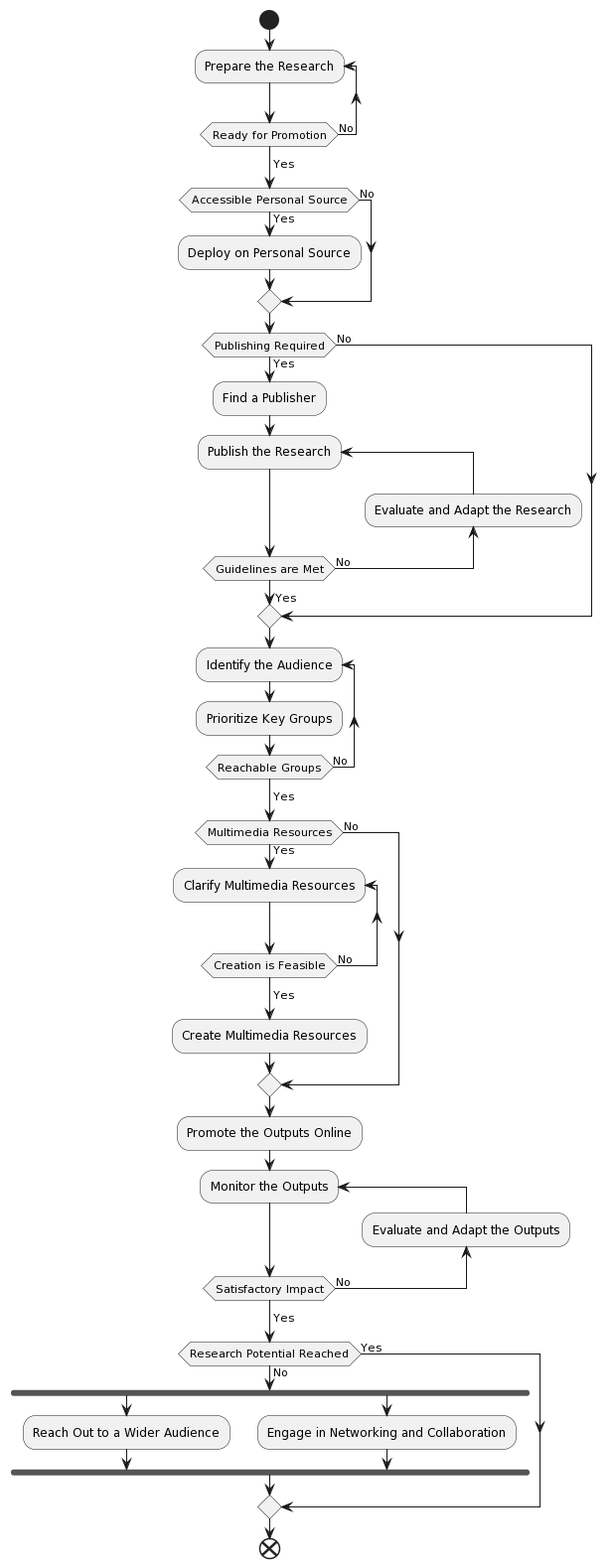
The PlantUML diagram diagrams/research-promotion/research-promotion.png in khasanshadiyarov/ABC, before a commit.
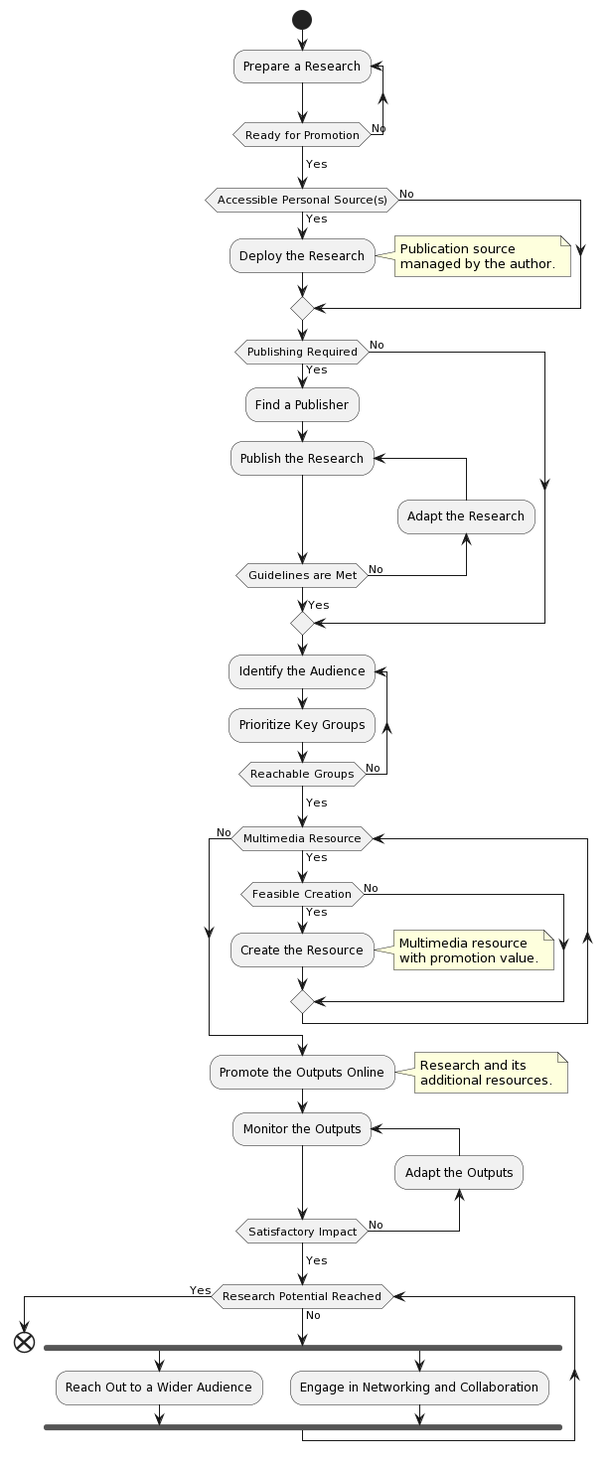
After the change.

Change to the diagram source:
```diff
@@ -1,16 +1,20 @@
 @startuml
 start
-repeat :Prepare the Research;
+repeat :Prepare a Research;
 repeat while (Ready for Promotion) is (No)
 ->Yes;
-if (Accessible Personal Source) then (Yes)
-    :Deploy on Personal Source;
+if (Accessible Personal Source(s)) then (Yes)
+    :Deploy the Research;
+    note right
+        Publication source
+        managed by the author.
+    endnote
 else (No)
 endif
 if (Publishing Required) then (Yes)
     :Find a Publisher;
     repeat :Publish the Research;
-    backward:Evaluate and Adapt the Research;
+    backward:Adapt the Research;
     repeat while (Guidelines are Met) is (No)
     ->Yes;
 else (No)
@@ -19,25 +23,31 @@
 :Prioritize Key Groups;
 repeat while (Reachable Groups) is (No)
 ->Yes;
-if (Multimedia Resources) then (Yes)
-    repeat :Clarify Multimedia Resources;
-    repeat while (Creation is Feasible) is (No)
-    ->Yes;
-    :Create Multimedia Resources;
-else (No)
-endif
+while (Multimedia Resource) is (Yes)
+    if (Feasible Creation) then (Yes)
+        :Create the Resource;
+        note right
+            Multimedia resource
+            with promotion value.
+        endnote
+    else (No)
+    endif
+endwhile (No)
 :Promote the Outputs Online;
+note right
+    Research and its
+    additional resources.
+endnote
 repeat :Monitor the Outputs;
-backward:Evaluate and Adapt the Outputs;
+backward:Adapt the Outputs;
 repeat while (Satisfactory Impact) is (No)
 ->Yes;
-if (Research Potential Reached) then (No)
+while (Research Potential Reached) is (No)
     fork
         :Reach Out to a Wider Audience;
     fork again
         :Engage in Networking and Collaboration;
     endfork
-else (Yes)
-endif
+endwhile (Yes)
 end
 @enduml
```
